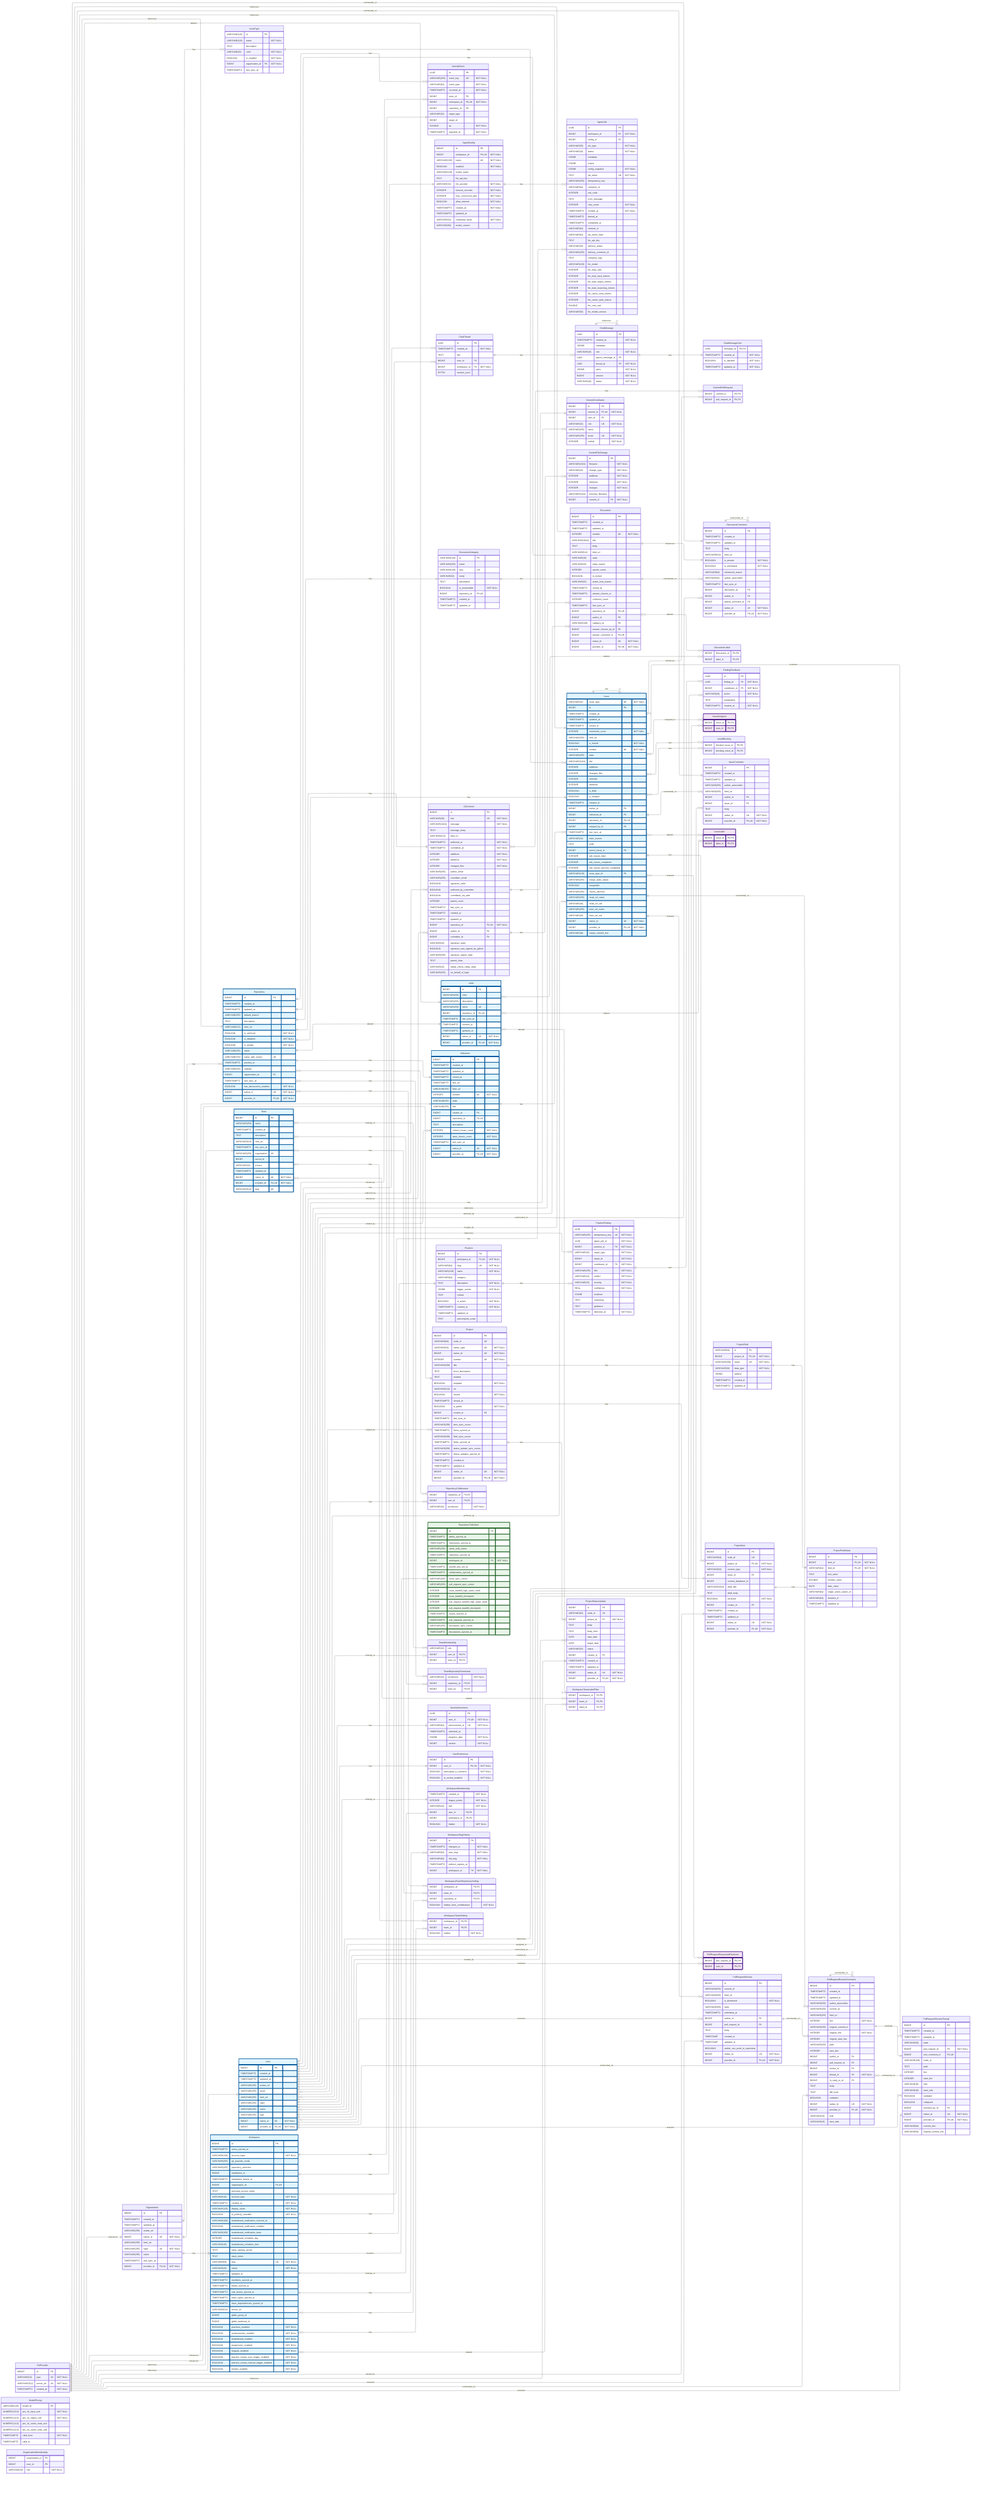
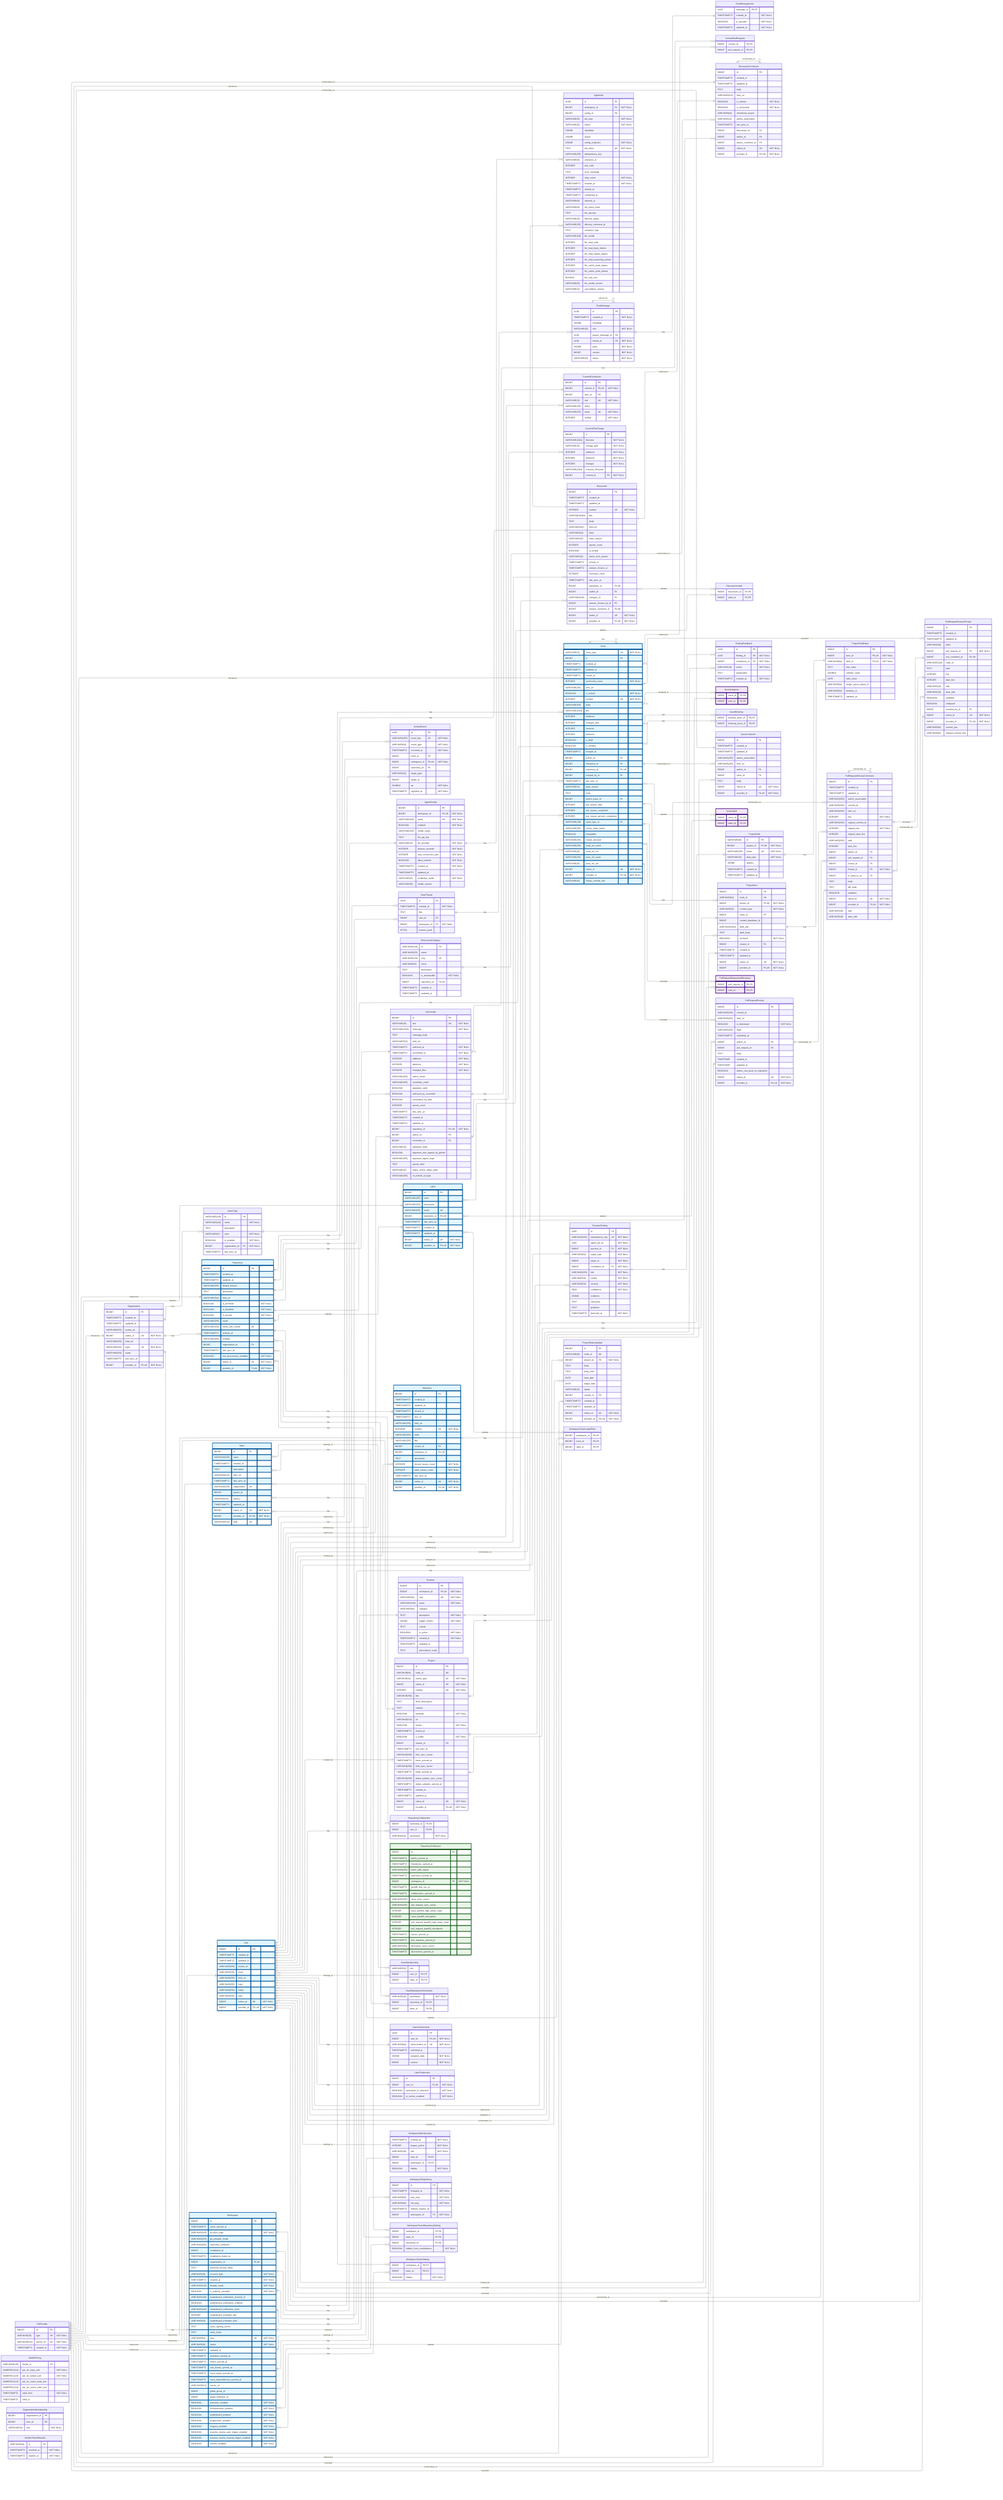
---
config:
    layout: elk
---
erDiagram
    %% Generated automatically from PostgreSQL database schema
    %% using scripts/generate-mermaid-erd.ts
    %% To regenerate: pnpm run db:generate-erd-docs

    direction LR

    ActivityEvent {
        UUID id PK
        VARCHAR(255) event_key UK "NOT NULL"
        VARCHAR(64) event_type "NOT NULL"
        TIMESTAMPTZ occurred_at "NOT NULL"
        BIGINT actor_id FK
        BIGINT workspace_id FK,UK "NOT NULL"
        BIGINT repository_id FK
        VARCHAR(32) target_type
        BIGINT target_id
        DOUBLE xp "NOT NULL"
        TIMESTAMPTZ ingested_at "NOT NULL"
    }

    AgentConfig {
        BIGINT id PK
        BIGINT workspace_id FK,UK "NOT NULL"
        VARCHAR(100) name UK "NOT NULL"
        BOOLEAN enabled "NOT NULL"
        VARCHAR(128) model_name
        TEXT llm_api_key
        VARCHAR(32) llm_provider "NOT NULL"
        INTEGER timeout_seconds "NOT NULL"
        INTEGER max_concurrent_jobs "NOT NULL"
        BOOLEAN allow_internet "NOT NULL"
        TIMESTAMPTZ created_at "NOT NULL"
        TIMESTAMPTZ updated_at
        VARCHAR(16) credential_mode "NOT NULL"
        VARCHAR(50) model_version
    }

    AgentJob {
        UUID id PK
        BIGINT workspace_id FK "NOT NULL"
        BIGINT config_id FK
        VARCHAR(50) job_type "NOT NULL"
        VARCHAR(20) status "NOT NULL"
        JSONB metadata
        JSONB output
        JSONB config_snapshot "NOT NULL"
        TEXT job_token UK "NOT NULL"
        VARCHAR(255) idempotency_key
        VARCHAR(64) container_id
        INTEGER exit_code
        TEXT error_message
        INTEGER retry_count "NOT NULL"
        TIMESTAMPTZ created_at "NOT NULL"
        TIMESTAMPTZ started_at
        TIMESTAMPTZ completed_at
        VARCHAR(64) network_id
        VARCHAR(64) job_token_hash
        TEXT llm_api_key
        VARCHAR(20) delivery_status
        VARCHAR(255) delivery_comment_id
        TEXT container_logs
        VARCHAR(100) llm_model
        INTEGER llm_total_calls
        INTEGER llm_total_input_tokens
        INTEGER llm_total_output_tokens
        INTEGER llm_total_reasoning_tokens
        INTEGER llm_cache_read_tokens
        INTEGER llm_cache_write_tokens
        DOUBLE llm_cost_usd
        VARCHAR(50) llm_model_version
+         VARCHAR(32) cancellation_reason
    }

    ChatMessage {
        UUID id PK
        TIMESTAMPTZ created_at "NOT NULL"
        JSONB metadata
        VARCHAR(16) role "NOT NULL"
        UUID parent_message_id FK
        UUID thread_id FK "NOT NULL"
        JSONB parts "NOT NULL"
        BIGINT version "NOT NULL"
        VARCHAR(16) status "NOT NULL"
    }

    ChatMessageVote {
        UUID message_id PK,FK
        TIMESTAMPTZ created_at "NOT NULL"
        BOOLEAN is_upvoted "NOT NULL"
        TIMESTAMPTZ updated_at "NOT NULL"
    }

    ChatThread {
        UUID id PK
        TIMESTAMPTZ created_at "NOT NULL"
        TEXT title
        BIGINT user_id FK
        BIGINT workspace_id FK "NOT NULL"
        BYTEA session_jsonl
    }

    CommitContributor {
        BIGINT id PK
        BIGINT commit_id FK,UK "NOT NULL"
        BIGINT user_id FK
        VARCHAR(32) role UK "NOT NULL"
        VARCHAR(255) name
        VARCHAR(255) email UK "NOT NULL"
        INTEGER ordinal "NOT NULL"
    }

    CommitFileChange {
        BIGINT id PK
        VARCHAR(1024) filename "NOT NULL"
        VARCHAR(32) change_type "NOT NULL"
        INTEGER additions "NOT NULL"
        INTEGER deletions "NOT NULL"
        INTEGER changes "NOT NULL"
        VARCHAR(1024) previous_filename
        BIGINT commit_id FK "NOT NULL"
    }

    CommitPullRequest {
        BIGINT commit_id PK,FK
        BIGINT pull_request_id PK,FK
    }

    Discussion {
        BIGINT id PK
        TIMESTAMPTZ created_at
        TIMESTAMPTZ updated_at
        INTEGER number UK "NOT NULL"
        VARCHAR(1024) title
        TEXT body
        VARCHAR(512) html_url
        VARCHAR(16) state
        VARCHAR(32) state_reason
        INTEGER upvote_count
        BOOLEAN is_locked
        VARCHAR(32) active_lock_reason
        TIMESTAMPTZ closed_at
        TIMESTAMPTZ answer_chosen_at
        INTEGER comment_count
        TIMESTAMPTZ last_sync_at
        BIGINT repository_id FK,UK
        BIGINT author_id FK
        VARCHAR(128) category_id FK
        BIGINT answer_chosen_by_id FK
        BIGINT answer_comment_id FK,UK
        BIGINT native_id UK "NOT NULL"
        BIGINT provider_id FK,UK "NOT NULL"
    }

    DiscussionCategory {
        VARCHAR(128) id PK
        VARCHAR(255) name
        VARCHAR(128) slug UK
        VARCHAR(32) emoji
        TEXT description
        BOOLEAN is_answerable "NOT NULL"
        BIGINT repository_id FK,UK
        TIMESTAMPTZ created_at
        TIMESTAMPTZ updated_at
    }

    DiscussionComment {
        BIGINT id PK
        TIMESTAMPTZ created_at
        TIMESTAMPTZ updated_at
        TEXT body
        VARCHAR(512) html_url
        BOOLEAN is_answer "NOT NULL"
        BOOLEAN is_minimized "NOT NULL"
        VARCHAR(64) minimized_reason
        VARCHAR(32) author_association
        TIMESTAMPTZ last_sync_at
        BIGINT discussion_id FK
        BIGINT author_id FK
        BIGINT parent_comment_id FK
        BIGINT native_id UK "NOT NULL"
        BIGINT provider_id FK,UK "NOT NULL"
    }

    DiscussionLabel {
        BIGINT discussion_id PK,FK
        BIGINT label_id PK,FK
    }

    FindingFeedback {
        UUID id PK
        UUID finding_id FK "NOT NULL"
        BIGINT contributor_id FK "NOT NULL"
        VARCHAR(16) action "NOT NULL"
        TEXT explanation
        TIMESTAMPTZ created_at "NOT NULL"
    }

    GitCommit {
        BIGINT id PK
        VARCHAR(40) sha UK "NOT NULL"
        VARCHAR(1024) message "NOT NULL"
        TEXT message_body
        VARCHAR(512) html_url
        TIMESTAMPTZ authored_at "NOT NULL"
        TIMESTAMPTZ committed_at "NOT NULL"
        INTEGER additions "NOT NULL"
        INTEGER deletions "NOT NULL"
        INTEGER changed_files "NOT NULL"
        VARCHAR(255) author_email
        VARCHAR(255) committer_email
        BOOLEAN signature_valid
        BOOLEAN authored_by_committer
        BOOLEAN committed_via_web
        INTEGER parent_count
        TIMESTAMPTZ last_sync_at
        TIMESTAMPTZ created_at
        TIMESTAMPTZ updated_at
        BIGINT repository_id FK,UK "NOT NULL"
        BIGINT author_id FK
        BIGINT committer_id FK
        VARCHAR(32) signature_state
        BOOLEAN signature_was_signed_by_github
        VARCHAR(255) signature_signer_login
        TEXT parent_shas
        VARCHAR(32) status_check_rollup_state
        VARCHAR(255) on_behalf_of_login
    }

    GitProvider {
        BIGINT id PK
        VARCHAR(10) type UK "NOT NULL"
        VARCHAR(512) server_url UK "NOT NULL"
        TIMESTAMPTZ created_at "NOT NULL"
    }

    Issue {
        VARCHAR(31) issue_type UK "NOT NULL"
        BIGINT id PK
        TIMESTAMPTZ created_at
        TIMESTAMPTZ updated_at
        TIMESTAMPTZ closed_at
        INTEGER comments_count "NOT NULL"
        VARCHAR(255) html_url
        BOOLEAN is_locked "NOT NULL"
        INTEGER number UK "NOT NULL"
        VARCHAR(255) state
        VARCHAR(1024) title
        INTEGER additions
        INTEGER changed_files
        INTEGER commits
        INTEGER deletions
        BOOLEAN is_draft
        BOOLEAN is_merged
        TIMESTAMPTZ merged_at
        BIGINT author_id FK
        BIGINT milestone_id FK
        BIGINT repository_id FK,UK
        BIGINT merged_by_id FK
        TIMESTAMPTZ last_sync_at
        VARCHAR(32) state_reason
        TEXT body
        BIGINT parent_issue_id FK
        INTEGER sub_issues_total
        INTEGER sub_issues_completed
        INTEGER sub_issues_percent_completed
        VARCHAR(128) issue_type_id FK
        VARCHAR(255) merge_state_status
        BOOLEAN mergeable
        VARCHAR(255) review_decision
        VARCHAR(255) head_ref_name
        VARCHAR(40) head_ref_oid
        VARCHAR(255) base_ref_name
        VARCHAR(40) base_ref_oid
        BIGINT native_id UK "NOT NULL"
        BIGINT provider_id FK,UK "NOT NULL"
        VARCHAR(40) merge_commit_sha
    }

    IssueAssignee {
        BIGINT issue_id PK,FK
        BIGINT user_id PK,FK
    }

    IssueBlocking {
        BIGINT blocked_issue_id PK,FK
        BIGINT blocking_issue_id PK,FK
    }

    IssueComment {
        BIGINT id PK
        TIMESTAMPTZ created_at
        TIMESTAMPTZ updated_at
        VARCHAR(255) author_association
        VARCHAR(255) html_url
        BIGINT author_id FK
        BIGINT issue_id FK
        TEXT body
        BIGINT native_id UK "NOT NULL"
        BIGINT provider_id FK,UK "NOT NULL"
    }

    IssueLabel {
        BIGINT issue_id PK,FK
        BIGINT label_id PK,FK
    }

    IssueType {
        VARCHAR(128) id PK
        VARCHAR(128) name "NOT NULL"
        TEXT description
        VARCHAR(20) color "NOT NULL"
        BOOLEAN is_enabled "NOT NULL"
        BIGINT organization_id FK "NOT NULL"
        TIMESTAMPTZ last_sync_at
    }

    Label {
        BIGINT id PK
        VARCHAR(255) color
        VARCHAR(255) description
        VARCHAR(255) name UK
        BIGINT repository_id FK,UK
        TIMESTAMPTZ last_sync_at
        TIMESTAMPTZ created_at
        TIMESTAMPTZ updated_at
        BIGINT native_id UK "NOT NULL"
        BIGINT provider_id FK,UK "NOT NULL"
    }

    Milestone {
        BIGINT id PK
        TIMESTAMPTZ created_at
        TIMESTAMPTZ updated_at
        TIMESTAMPTZ closed_at
        TIMESTAMPTZ due_on
        VARCHAR(255) html_url
        INTEGER number UK "NOT NULL"
        VARCHAR(255) state
        VARCHAR(255) title
        BIGINT creator_id FK
        BIGINT repository_id FK,UK
        TEXT description
        INTEGER closed_issues_count "NOT NULL"
        INTEGER open_issues_count "NOT NULL"
        TIMESTAMPTZ last_sync_at
        BIGINT native_id UK "NOT NULL"
        BIGINT provider_id FK,UK "NOT NULL"
    }

    ModelPricing {
        VARCHAR(128) model_id PK
        NUMERIC(12,6) per_1k_input_usd "NOT NULL"
        NUMERIC(12,6) per_1k_output_usd "NOT NULL"
        NUMERIC(12,6) per_1k_cache_read_usd
        NUMERIC(12,6) per_1k_cache_write_usd
        TIMESTAMPTZ valid_from "NOT NULL"
        TIMESTAMPTZ valid_to
    }

    Organization {
        BIGINT id PK
        TIMESTAMPTZ created_at
        TIMESTAMPTZ updated_at
        VARCHAR(255) avatar_url
        BIGINT native_id UK "NOT NULL"
        VARCHAR(255) html_url
        VARCHAR(255) login UK "NOT NULL"
        VARCHAR(255) name
        TIMESTAMPTZ last_sync_at
        BIGINT provider_id FK,UK "NOT NULL"
    }

    OrganizationMembership {
        BIGINT organization_id PK
        BIGINT user_id PK
        VARCHAR(32) role "NOT NULL"
    }

    Practice {
        BIGINT id PK
        BIGINT workspace_id FK,UK "NOT NULL"
        VARCHAR(64) slug UK "NOT NULL"
        VARCHAR(128) name "NOT NULL"
        VARCHAR(64) category
        TEXT description "NOT NULL"
        JSONB trigger_events "NOT NULL"
        TEXT criteria
        BOOLEAN is_active "NOT NULL"
        TIMESTAMPTZ created_at "NOT NULL"
        TIMESTAMPTZ updated_at
        TEXT precompute_script
    }

    PracticeFinding {
        UUID id PK
        VARCHAR(255) idempotency_key UK "NOT NULL"
        UUID agent_job_id "NOT NULL"
        BIGINT practice_id FK "NOT NULL"
        VARCHAR(32) target_type "NOT NULL"
        BIGINT target_id "NOT NULL"
        BIGINT contributor_id FK "NOT NULL"
        VARCHAR(255) title "NOT NULL"
        VARCHAR(16) verdict "NOT NULL"
        VARCHAR(16) severity "NOT NULL"
        REAL confidence "NOT NULL"
        JSONB evidence
        TEXT reasoning
        TEXT guidance
        TIMESTAMPTZ detected_at "NOT NULL"
    }

    Project {
        BIGINT id PK
        VARCHAR(64) node_id UK
        VARCHAR(32) owner_type UK "NOT NULL"
        BIGINT owner_id UK "NOT NULL"
        INTEGER number UK "NOT NULL"
        VARCHAR(256) title
        TEXT short_description
        TEXT readme
        BOOLEAN template "NOT NULL"
        VARCHAR(512) url
        BOOLEAN closed "NOT NULL"
        TIMESTAMPTZ closed_at
        BOOLEAN is_public "NOT NULL"
        BIGINT creator_id FK
        TIMESTAMPTZ last_sync_at
        VARCHAR(256) item_sync_cursor
        TIMESTAMPTZ items_synced_at
        VARCHAR(256) field_sync_cursor
        TIMESTAMPTZ fields_synced_at
        VARCHAR(256) status_update_sync_cursor
        TIMESTAMPTZ status_updates_synced_at
        TIMESTAMPTZ created_at
        TIMESTAMPTZ updated_at
        BIGINT native_id UK "NOT NULL"
        BIGINT provider_id FK,UK "NOT NULL"
    }

    ProjectField {
        VARCHAR(64) id PK
        BIGINT project_id FK,UK "NOT NULL"
        VARCHAR(256) name UK "NOT NULL"
        VARCHAR(32) data_type "NOT NULL"
        JSONB options
        TIMESTAMPTZ created_at
        TIMESTAMPTZ updated_at
    }

    ProjectFieldValue {
        BIGINT id PK
        BIGINT item_id FK,UK "NOT NULL"
        VARCHAR(64) field_id FK,UK "NOT NULL"
        TEXT text_value
        DOUBLE number_value
        DATE date_value
        VARCHAR(64) single_select_option_id
        VARCHAR(64) iteration_id
        TIMESTAMPTZ updated_at
    }

    ProjectItem {
        BIGINT id PK
        VARCHAR(64) node_id UK
        BIGINT project_id FK,UK "NOT NULL"
        VARCHAR(32) content_type "NOT NULL"
        BIGINT issue_id FK
        BIGINT content_database_id
        VARCHAR(1024) draft_title
        TEXT draft_body
        BOOLEAN archived "NOT NULL"
        BIGINT creator_id FK
        TIMESTAMPTZ created_at
        TIMESTAMPTZ updated_at
        BIGINT native_id UK "NOT NULL"
        BIGINT provider_id FK,UK "NOT NULL"
    }

    ProjectStatusUpdate {
        BIGINT id PK
        VARCHAR(64) node_id UK
        BIGINT project_id FK "NOT NULL"
        TEXT body
        TEXT body_html
        DATE start_date
        DATE target_date
        VARCHAR(32) status
        BIGINT creator_id FK
        TIMESTAMPTZ created_at
        TIMESTAMPTZ updated_at
        BIGINT native_id UK "NOT NULL"
        BIGINT provider_id FK,UK "NOT NULL"
    }

    PullRequestRequestedReviewer {
        BIGINT pull_request_id PK,FK
        BIGINT user_id PK,FK
    }

    PullRequestReview {
        BIGINT id PK
        VARCHAR(255) commit_id
        VARCHAR(255) html_url
        BOOLEAN is_dismissed "NOT NULL"
        VARCHAR(255) state
        TIMESTAMPTZ submitted_at
        BIGINT author_id FK
        BIGINT pull_request_id FK
        TEXT body
        TIMESTAMP created_at
        TIMESTAMP updated_at
        BOOLEAN author_can_push_to_repository
        BIGINT native_id UK "NOT NULL"
        BIGINT provider_id FK,UK "NOT NULL"
    }

    PullRequestReviewComment {
        BIGINT id PK
        TIMESTAMPTZ created_at
        TIMESTAMPTZ updated_at
        VARCHAR(255) author_association
        VARCHAR(255) commit_id
        VARCHAR(255) html_url
        INTEGER line "NOT NULL"
        VARCHAR(255) original_commit_id
        INTEGER original_line "NOT NULL"
        INTEGER original_start_line
        VARCHAR(255) path
        INTEGER start_line
        BIGINT author_id FK
        BIGINT pull_request_id FK
        BIGINT review_id FK
        BIGINT thread_id FK "NOT NULL"
        BIGINT in_reply_to_id FK
        TEXT body
        TEXT diff_hunk
        BOOLEAN outdated
        BIGINT native_id UK "NOT NULL"
        BIGINT provider_id FK,UK "NOT NULL"
        VARCHAR(16) side
        VARCHAR(16) start_side
    }

    PullRequestReviewThread {
        BIGINT id PK
        TIMESTAMPTZ created_at
        TIMESTAMPTZ updated_at
        VARCHAR(20) state
        BIGINT pull_request_id FK "NOT NULL"
        BIGINT root_comment_id FK,UK
        VARCHAR(128) node_id
        TEXT path
        INTEGER line
        INTEGER start_line
        VARCHAR(16) side
        VARCHAR(16) start_side
        BOOLEAN outdated
        BOOLEAN collapsed
        BIGINT resolved_by_id FK
        BIGINT native_id UK "NOT NULL"
        BIGINT provider_id FK,UK "NOT NULL"
        VARCHAR(64) commit_sha
        VARCHAR(64) original_commit_sha
    }

    Repository {
        BIGINT id PK
        TIMESTAMPTZ created_at
        TIMESTAMPTZ updated_at
        VARCHAR(255) default_branch
        TEXT description
        VARCHAR(512) html_url
        BOOLEAN is_archived "NOT NULL"
        BOOLEAN is_disabled "NOT NULL"
        BOOLEAN is_private "NOT NULL"
        VARCHAR(255) name
        VARCHAR(150) name_with_owner UK
        TIMESTAMPTZ pushed_at
        VARCHAR(255) visibility
        BIGINT organization_id FK
        TIMESTAMPTZ last_sync_at
        BOOLEAN has_discussions_enabled "NOT NULL"
        BIGINT native_id UK "NOT NULL"
        BIGINT provider_id FK,UK "NOT NULL"
    }

    RepositoryCollaborator {
        BIGINT repository_id PK,FK
        BIGINT user_id PK,FK
        VARCHAR(32) permission "NOT NULL"
    }

    RepositoryToMonitor {
        BIGINT id PK
        TIMESTAMPTZ labels_synced_at
        TIMESTAMPTZ milestones_synced_at
        VARCHAR(255) name_with_owner
        TIMESTAMPTZ repository_synced_at
        BIGINT workspace_id FK "NOT NULL"
        TIMESTAMPTZ backfill_last_run_at
        TIMESTAMPTZ collaborators_synced_at
        VARCHAR(255) issue_sync_cursor
        VARCHAR(255) pull_request_sync_cursor
        INTEGER issue_backfill_high_water_mark
        INTEGER issue_backfill_checkpoint
        INTEGER pull_request_backfill_high_water_mark
        INTEGER pull_request_backfill_checkpoint
        TIMESTAMPTZ issues_synced_at
        TIMESTAMPTZ pull_requests_synced_at
        VARCHAR(255) discussion_sync_cursor
        TIMESTAMPTZ discussions_synced_at
    }

    Team {
        BIGINT id PK
        VARCHAR(255) name
        TIMESTAMPTZ created_at
        TEXT description
        VARCHAR(512) html_url
        TIMESTAMPTZ last_sync_at
        VARCHAR(255) organization UK
        BIGINT parent_id
        VARCHAR(32) privacy
        TIMESTAMPTZ updated_at
        BIGINT native_id UK "NOT NULL"
        BIGINT provider_id FK,UK "NOT NULL"
        VARCHAR(512) slug UK
    }

    TeamMembership {
        VARCHAR(32) role
        BIGINT user_id PK,FK
        BIGINT team_id PK,FK
    }

    TeamRepositoryPermission {
        VARCHAR(32) permission "NOT NULL"
        BIGINT repository_id PK,FK
        BIGINT team_id PK,FK
    }

    User {
        BIGINT id PK
        TIMESTAMPTZ created_at
        TIMESTAMPTZ updated_at
        VARCHAR(255) avatar_url
        VARCHAR(255) email
        VARCHAR(255) html_url
        VARCHAR(255) login
        VARCHAR(255) name
        VARCHAR(255) type
        BIGINT native_id UK "NOT NULL"
        BIGINT provider_id FK,UK "NOT NULL"
    }

    UserAchievement {
        UUID id PK
        BIGINT user_id FK,UK "NOT NULL"
        VARCHAR(64) achievement_id UK "NOT NULL"
        TIMESTAMPTZ unlocked_at
        JSONB progress_data "NOT NULL"
        BIGINT version "NOT NULL"
    }

    UserPreference {
        BIGINT id PK
        BIGINT user_id FK,UK "NOT NULL"
        BOOLEAN participate_in_research "NOT NULL"
        BOOLEAN ai_review_enabled "NOT NULL"
+     }
+ 
+     WorkerTokenDenylist {
+         VARCHAR(64) jti PK
+         TIMESTAMPTZ revoked_at "NOT NULL"
+         TIMESTAMPTZ expires_at "NOT NULL"
    }

    Workspace {
        BIGINT id PK
        TIMESTAMPTZ users_synced_at
        VARCHAR(120) account_login "NOT NULL"
        VARCHAR(255) git_provider_mode
        VARCHAR(255) repository_selection
        BIGINT installation_id
        TIMESTAMPTZ installation_linked_at
        BIGINT organization_id FK,UK
        TEXT personal_access_token
        VARCHAR(10) account_type "NOT NULL"
        TIMESTAMPTZ created_at "NOT NULL"
        VARCHAR(120) display_name "NOT NULL"
        BOOLEAN is_publicly_viewable "NOT NULL"
        VARCHAR(100) leaderboard_notification_channel_id
        BOOLEAN leaderboard_notification_enabled
        VARCHAR(100) leaderboard_notification_team
        INTEGER leaderboard_schedule_day
        VARCHAR(10) leaderboard_schedule_time
        TEXT slack_signing_secret
        TEXT slack_token
        VARCHAR(64) slug UK "NOT NULL"
        VARCHAR(20) status "NOT NULL"
        TIMESTAMPTZ updated_at
        TIMESTAMPTZ members_synced_at
        TIMESTAMPTZ teams_synced_at
        TIMESTAMPTZ sub_issues_synced_at
        TIMESTAMPTZ issue_types_synced_at
        TIMESTAMPTZ issue_dependencies_synced_at
        VARCHAR(512) server_url
        BIGINT gitlab_group_id
        BIGINT gitlab_webhook_id
        BOOLEAN practices_enabled "NOT NULL"
        BOOLEAN achievements_enabled "NOT NULL"
        BOOLEAN leaderboard_enabled "NOT NULL"
        BOOLEAN progression_enabled "NOT NULL"
        BOOLEAN leagues_enabled "NOT NULL"
        BOOLEAN practice_review_auto_trigger_enabled "NOT NULL"
        BOOLEAN practice_review_manual_trigger_enabled "NOT NULL"
        BOOLEAN mentor_enabled "NOT NULL"
    }

    WorkspaceMembership {
        TIMESTAMPTZ created_at "NOT NULL"
        INTEGER league_points "NOT NULL"
        VARCHAR(16) role "NOT NULL"
        BIGINT user_id PK,FK
        BIGINT workspace_id PK,FK
        BOOLEAN hidden "NOT NULL"
    }

    WorkspaceSlugHistory {
        BIGINT id PK
        TIMESTAMPTZ changed_at "NOT NULL"
        VARCHAR(64) new_slug "NOT NULL"
        VARCHAR(64) old_slug "NOT NULL"
        TIMESTAMPTZ redirect_expires_at
        BIGINT workspace_id FK "NOT NULL"
    }

    WorkspaceTeamLabelFilter {
        BIGINT workspace_id PK,FK
        BIGINT team_id PK,FK
        BIGINT label_id PK,FK
    }

    WorkspaceTeamRepositorySetting {
        BIGINT workspace_id PK,FK
        BIGINT team_id PK,FK
        BIGINT repository_id PK,FK
        BOOLEAN hidden_from_contributions "NOT NULL"
    }

    WorkspaceTeamSetting {
        BIGINT workspace_id PK,FK
        BIGINT team_id PK,FK
        BOOLEAN hidden "NOT NULL"
    }

    %% Relationships
    %% One-to-One relationships
    Workspace ||--|| ActivityEvent : has
    Workspace ||--|| AgentConfig : has
    ChatMessage ||--|| ChatMessageVote : has
    GitCommit ||--|| CommitContributor : has
    DiscussionComment ||--|| Discussion : references
    GitProvider ||--|| Discussion : references
    Repository ||--|| Discussion : has
    Repository ||--|| DiscussionCategory : has
    GitProvider ||--|| DiscussionComment : commented_on
    Repository ||--|| GitCommit : has
    GitProvider ||--|| Issue : references
    Repository ||--|| Issue : has
    GitProvider ||--|| IssueComment : commented_on
    GitProvider ||--|| Label : labeled
    Repository ||--|| Label : labeled
    GitProvider ||--|| Milestone : references
    Repository ||--|| Milestone : has
    GitProvider ||--|| Organization : references
    Workspace ||--|| Practice : has
    GitProvider ||--|| Project : references
    Project ||--|| ProjectField : has
    ProjectField ||--|| ProjectFieldValue : has
    ProjectItem ||--|| ProjectFieldValue : has
    Project ||--|| ProjectItem : has
    GitProvider ||--|| ProjectItem : references
    GitProvider ||--|| ProjectStatusUpdate : references
    GitProvider ||--|| PullRequestReview : reviewed
    GitProvider ||--|| PullRequestReviewComment : commented_on
    GitProvider ||--|| PullRequestReviewThread : reviewed
    PullRequestReviewComment ||--|| PullRequestReviewThread : reviewed
    GitProvider ||--|| Repository : references
    GitProvider ||--|| Team : references
    GitProvider ||--|| User : references
    User ||--|| UserAchievement : has
    User ||--|| UserPreference : has
    Organization ||--|| Workspace : has
    User ||--|| WorkspaceMembership : belongs_to
    Workspace ||--|| WorkspaceMembership : belongs_to

    %% One-to-Many relationships
    User ||--o{ ActivityEvent : references
    Repository ||--o{ ActivityEvent : has
    AgentConfig ||--o{ AgentJob : has
    Workspace ||--o{ AgentJob : has
    ChatMessage ||--o{ ChatMessage : references
    ChatThread ||--o{ ChatMessage : has
    User ||--o{ ChatThread : has
    Workspace ||--o{ ChatThread : has
    User ||--o{ CommitContributor : has
    GitCommit ||--o{ CommitFileChange : has
    User ||--o{ Discussion : references
    User ||--o{ Discussion : authored_by
    DiscussionCategory ||--o{ Discussion : has
    User ||--o{ DiscussionComment : commented_on
    Discussion ||--o{ DiscussionComment : commented_on
    DiscussionComment ||--o{ DiscussionComment : commented_on
    User ||--o{ FindingFeedback : references
    PracticeFinding ||--o{ FindingFeedback : has
    User ||--o{ GitCommit : authored_by
    User ||--o{ GitCommit : references
    User ||--o{ Issue : authored_by
    IssueType ||--o{ Issue : has
    User ||--o{ Issue : merged_by
    Milestone ||--o{ Issue : has
    Issue ||--o{ Issue : has
    User ||--o{ IssueComment : commented_on
    Issue ||--o{ IssueComment : commented_on
    Organization ||--o{ IssueType : has
    User ||--o{ Milestone : created_by
    User ||--o{ PracticeFinding : references
    Practice ||--o{ PracticeFinding : has
    User ||--o{ Project : created_by
    User ||--o{ ProjectItem : created_by
    Issue ||--o{ ProjectItem : has
    User ||--o{ ProjectStatusUpdate : created_by
    Project ||--o{ ProjectStatusUpdate : has
    User ||--o{ PullRequestReview : reviewed
    Issue ||--o{ PullRequestReview : reviewed
    User ||--o{ PullRequestReviewComment : commented_on
    PullRequestReviewComment ||--o{ PullRequestReviewComment : commented_on
    Issue ||--o{ PullRequestReviewComment : commented_on
    PullRequestReview ||--o{ PullRequestReviewComment : commented_on
    PullRequestReviewThread ||--o{ PullRequestReviewComment : commented_on
    Issue ||--o{ PullRequestReviewThread : reviewed
    User ||--o{ PullRequestReviewThread : reviewed
    Organization ||--o{ Repository : has
    Workspace ||--o{ RepositoryToMonitor : monitors
    Workspace ||--o{ WorkspaceSlugHistory : has

    %% Many-to-Many relationships
    GitCommit }o--o{ CommitPullRequest : has
    Issue }o--o{ CommitPullRequest : references
    Discussion }o--o{ DiscussionLabel : labeled
    Label }o--o{ DiscussionLabel : labeled
    Issue }o--o{ IssueAssignee : assigned_to
    User }o--o{ IssueAssignee : assigned_to
    Issue }o--o{ IssueBlocking : has
    Issue }o--o{ IssueBlocking : has
    Issue }o--o{ IssueLabel : labeled
    Label }o--o{ IssueLabel : labeled
    Issue }o--o{ PullRequestRequestedReviewer : reviewed
    User }o--o{ PullRequestRequestedReviewer : reviewed
    Repository }o--o{ RepositoryCollaborator : has
    User }o--o{ RepositoryCollaborator : has
    Team }o--o{ TeamMembership : belongs_to
    User }o--o{ TeamMembership : belongs_to
    Repository }o--o{ TeamRepositoryPermission : has
    Team }o--o{ TeamRepositoryPermission : has
    Label }o--o{ WorkspaceTeamLabelFilter : labeled
    Team }o--o{ WorkspaceTeamLabelFilter : labeled
    Workspace }o--o{ WorkspaceTeamLabelFilter : labeled
    Repository }o--o{ WorkspaceTeamRepositorySetting : has
    Team }o--o{ WorkspaceTeamRepositorySetting : has
    Workspace }o--o{ WorkspaceTeamRepositorySetting : has
    Team }o--o{ WorkspaceTeamSetting : has
    Workspace }o--o{ WorkspaceTeamSetting : has

    %% Styling
    classDef primaryEntity fill:#e1f5fe,stroke:#01579b,stroke-width:2px
    classDef associationEntity fill:#f3e5f5,stroke:#4a148c,stroke-width:2px
    classDef metadataEntity fill:#e8f5e8,stroke:#1b5e20,stroke-width:2px

    class Issue primaryEntity
    class IssueAssignee associationEntity
    class IssueLabel associationEntity
    class Label primaryEntity
    class Milestone primaryEntity
    class PullRequestRequestedReviewer associationEntity
    class Repository primaryEntity
    class RepositoryToMonitor metadataEntity
    class Team primaryEntity
    class User primaryEntity
    class Workspace primaryEntity
